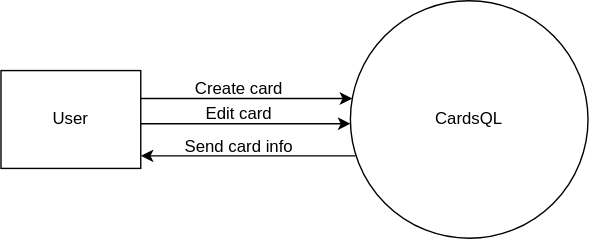
Earlier version of the draw.io export cardsql-context-dfd.drawio.svg (dinesh-58/draw.io-diagrams-storage). Source tidied: cells renumbered, new cells last; positions are measured from the earlier drawing's top-left corner, leaving out a move shared by most shapes.
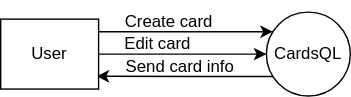
The same diagram one commit later.

Diff of the diagram source:
```diff
@@ -2,14 +2,22 @@
   <root>
     <mxCell id="0" />
     <mxCell id="1" parent="0" />
+    <mxCell id="13" style="edgeStyle=orthogonalEdgeStyle;rounded=0;jettySize=auto;html=1;entryX=0.98;entryY=0.817;entryDx=0;entryDy=0;exitX=0.082;exitY=0.747;exitDx=0;exitDy=0;exitPerimeter=0;entryPerimeter=0;" parent="1" edge="1" source="2" target="3">
+      <mxGeometry relative="1" as="geometry">
+        <Array as="points">
+          <mxPoint x="200" y="102" />
+          <mxPoint x="200" y="101" />
+        </Array>
+      </mxGeometry>
+    </mxCell>
     <mxCell id="2" value="CardsQL" style="ellipse;whiteSpace=wrap;html=1;" parent="1" vertex="1">
-      <mxGeometry x="250" width="170" height="170" as="geometry" />
+      <mxGeometry x="250" y="56" width="60" height="60" as="geometry" />
     </mxCell>
     <mxCell id="3" value="User" style="html=1;dashed=0;whiteSpace=wrap;" parent="1" vertex="1">
-      <mxGeometry y="50" width="100" height="70" as="geometry" />
+      <mxGeometry x="60" y="61" width="70" height="50" as="geometry" />
     </mxCell>
     <mxCell id="4" style="group;" parent="1" vertex="1">
-      <mxGeometry x="125" y="48" width="90" height="30" as="geometry" />
+      <mxGeometry x="135" y="48" width="90" height="30" as="geometry" />
     </mxCell>
     <mxCell id="5" style="edgeStyle=orthogonalEdgeStyle;rounded=0;jettySize=auto;html=1;" parent="4" edge="1" source="3" target="2">
       <mxGeometry relative="1" as="geometry">
@@ -23,7 +31,7 @@
       <mxGeometry width="90" height="30" as="geometry" />
     </mxCell>
     <mxCell id="7" style="group;" parent="1" vertex="1">
-      <mxGeometry x="135" y="66" width="70" height="30" as="geometry" />
+      <mxGeometry x="137" y="64" width="70" height="30" as="geometry" />
     </mxCell>
     <mxCell id="8" style="edgeStyle=orthogonalEdgeStyle;rounded=0;jettySize=auto;html=1;" parent="7" edge="1" source="3" target="2">
       <mxGeometry relative="1" as="geometry">
@@ -37,13 +45,8 @@
       <mxGeometry width="70" height="30" as="geometry" />
     </mxCell>
     <mxCell id="10" style="group;" parent="1" vertex="1">
-      <mxGeometry x="120" y="90" width="100" height="30" as="geometry" />
+      <mxGeometry x="138" y="80" width="100" height="30" as="geometry" />
     </mxCell>
-    <mxCell id="11" style="edgeStyle=orthogonalEdgeStyle;rounded=0;jettySize=auto;html=1;exitX=0.022;exitY=0.653;exitDx=0;exitDy=0;exitPerimeter=0;" parent="10" edge="1" source="2">
-      <mxGeometry relative="1" as="geometry">
-        <mxPoint x="-20" y="21" as="targetPoint" />
-      </mxGeometry>
-    </mxCell>
     <mxCell id="12" value="Send card info" style="text;html=1;align=center;verticalAlign=middle;strokeColor=none;fillColor=none;" parent="10" vertex="1">
       <mxGeometry width="100" height="30" as="geometry" />
     </mxCell>
```
